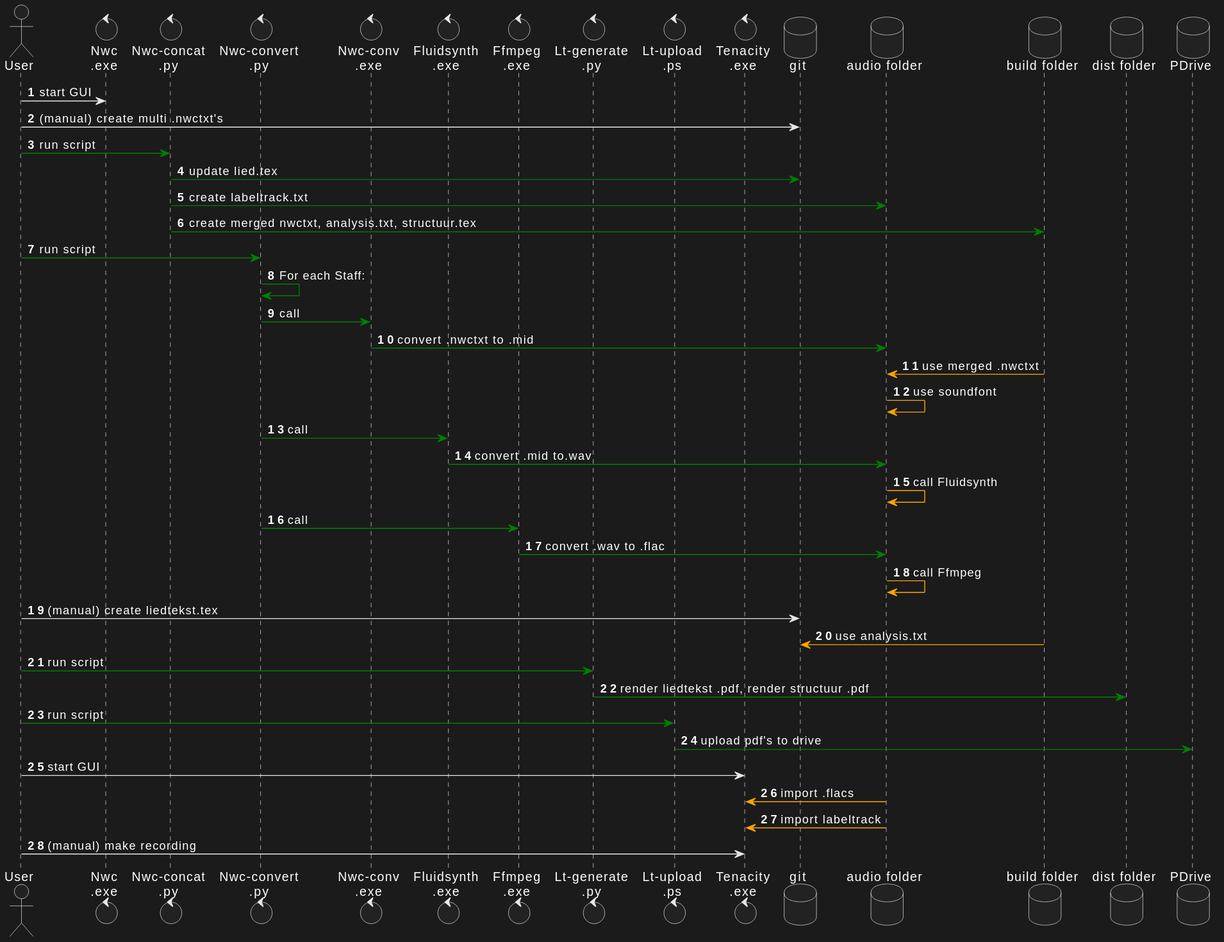
Earlier version of the PlantUML export project/muziekproductie-workflow.svg (real70discohits/liedteksten-code).
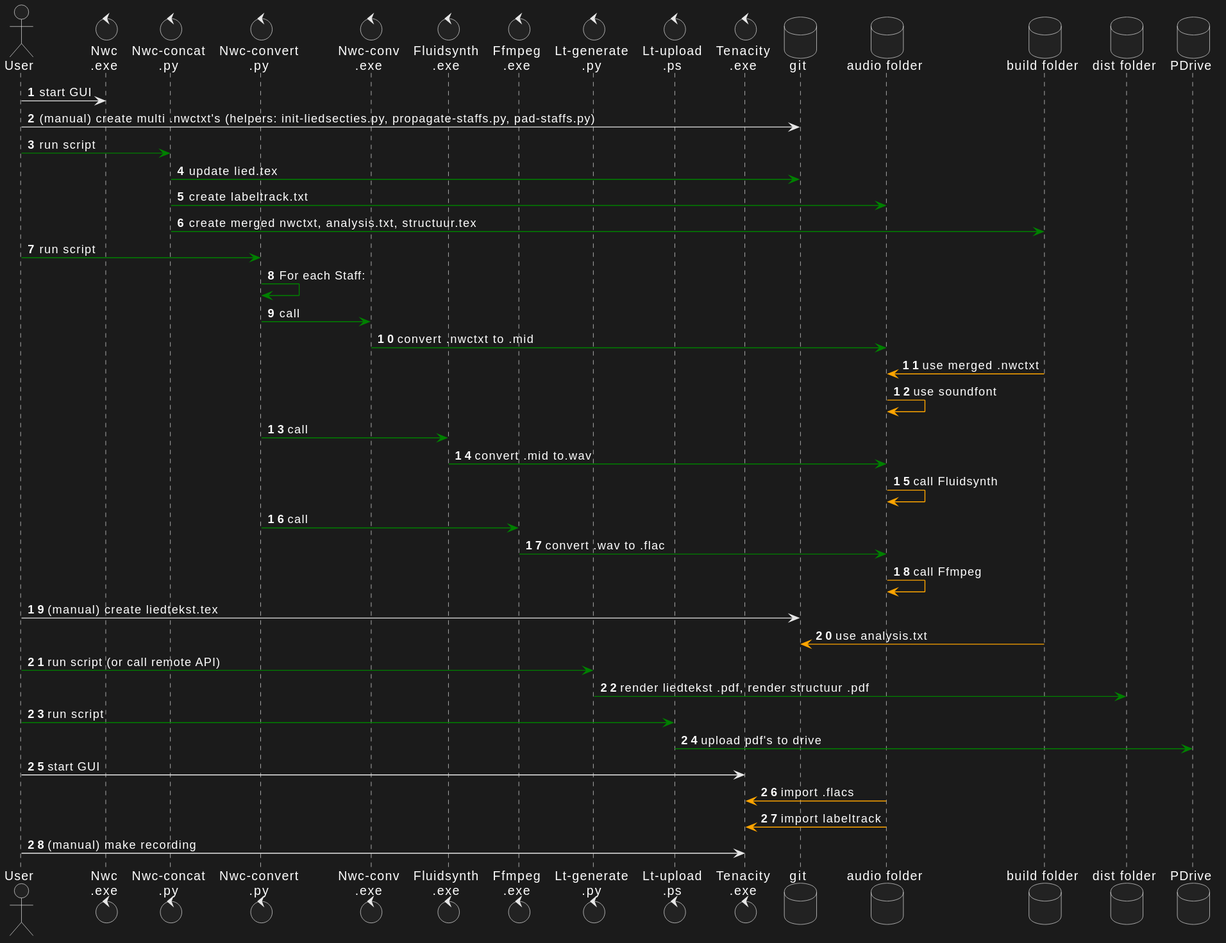
Later version of the same file.

Commit message:
Update muziekprod schema

What changed in the source:
```diff
@@ -17,7 +17,7 @@
 
 autonumber
 u1 -> nwc : start GUI
-u1 -> repos: (manual) create multi .nwctxt's
+u1 -> repos: (manual) create multi .nwctxt's (helpers: init-liedsecties.py, propagate-staffs.py, pad-staffs.py)
 u1 -[#green]> nwconcpy : run script
 
 nwconcpy -[#green]> repos: update lied.tex
@@ -40,7 +40,7 @@
 u1 -> repos: (manual) create liedtekst.tex
 build -[#orange]> repos: use analysis.txt
 
-u1 -[#green]> ltgenerate : run script
+u1 -[#green]> ltgenerate : run script (or call remote API)
 ltgenerate -[#green]> dist: render liedtekst .pdf, render structuur .pdf
 
 u1 -[#green]> ltupload : run script
```
